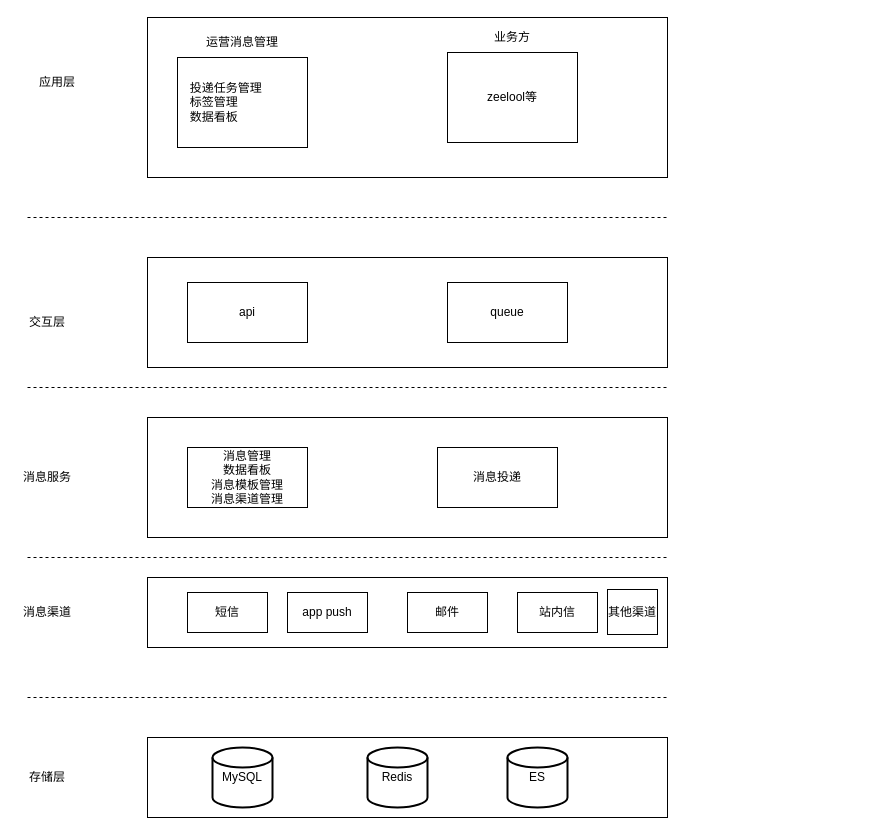
Earlier version of the draw.io diagram 未命名绘图-2.drawio (lihongsheng/studer). Source tidied: cells renumbered, new cells numbered last; positions are measured from the earlier drawing's top-left corner, leaving out a move shared by most shapes. Both pictures are drawn from the tidied source at 100%, with x=0, y=0 at pixel (17, 17).
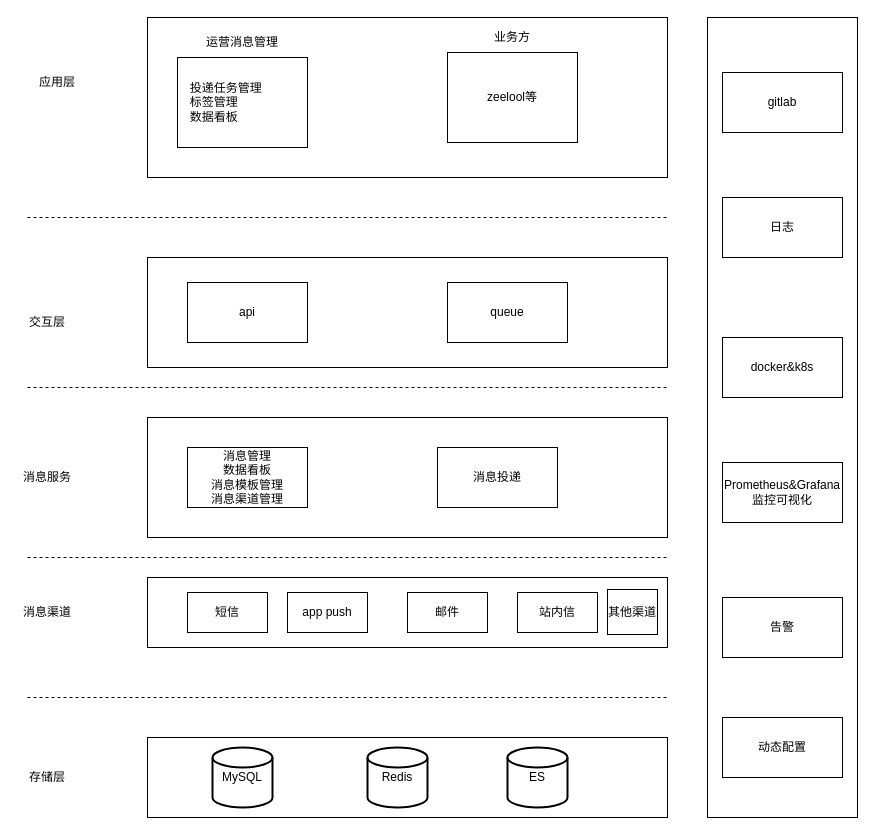
Above is the later version.

Commit message (it also covers changes not shown here):
更新未命名绘图-2.drawio

What changed in the source:
```diff
@@
+    <mxCell id="32" style="rounded=0;whiteSpace=wrap;html=1;" parent="1" vertex="1">
+      <mxGeometry x="690" width="150" height="800" as="geometry" />
+    </mxCell>
+    <mxCell id="33" value="gitlab" style="rounded=0;whiteSpace=wrap;html=1;" parent="1" vertex="1">
+      <mxGeometry x="705" y="55" width="120" height="60" as="geometry" />
+    </mxCell>
+    <mxCell id="34" value="日志" style="rounded=0;whiteSpace=wrap;html=1;" parent="1" vertex="1">
+      <mxGeometry x="705" y="180" width="120" height="60" as="geometry" />
+    </mxCell>
+    <mxCell id="35" value="docker&amp;amp;k8s" style="rounded=0;whiteSpace=wrap;html=1;" parent="1" vertex="1">
+      <mxGeometry x="705" y="320" width="120" height="60" as="geometry" />
+    </mxCell>
+    <mxCell id="36" value="Prometheus&amp;amp;Grafana 监控可视化&lt;article data-clipboard-cangjie=&quot;[&amp;quot;root&amp;quot;,{&amp;quot;copyFrom&amp;quot;:&amp;quot;im-native&amp;quot;},[&amp;quot;p&amp;quot;,{},[&amp;quot;span&amp;quot;,{&amp;quot;data-type&amp;quot;:&amp;quot;text&amp;quot;},[&amp;quot;span&amp;quot;,{&amp;quot;data-type&amp;quot;:&amp;quot;leaf&amp;quot;},&amp;quot;Prometheus&amp;amp;Grafana 监控可视化&amp;quot;]]]]&quot; class=&quot;4ever-article&quot;&gt;&lt;/article&gt;&lt;article data-clipboard-cangjie=&quot;[&amp;quot;root&amp;quot;,{&amp;quot;copyFrom&amp;quot;:&amp;quot;im-native&amp;quot;},[&amp;quot;p&amp;quot;,{},[&amp;quot;span&amp;quot;,{&amp;quot;data-type&amp;quot;:&amp;quot;text&amp;quot;},[&amp;quot;span&amp;quot;,{&amp;quot;data-type&amp;quot;:&amp;quot;leaf&amp;quot;},&amp;quot;Prometheus&amp;amp;Grafana 监控可视化&amp;quot;]]]]&quot; class=&quot;4ever-article&quot;&gt;&lt;/article&gt;" style="rounded=0;whiteSpace=wrap;html=1;" parent="1" vertex="1">
+      <mxGeometry x="705" y="445" width="120" height="60" as="geometry" />
+    </mxCell>
+    <mxCell id="37" value="告警" style="rounded=0;whiteSpace=wrap;html=1;" parent="1" vertex="1">
+      <mxGeometry x="705" y="580" width="120" height="60" as="geometry" />
+    </mxCell>
+    <mxCell id="38" value="动态配置" style="rounded=0;whiteSpace=wrap;html=1;" parent="1" vertex="1">
+      <mxGeometry x="705" y="700" width="120" height="60" as="geometry" />
+    </mxCell>
```
